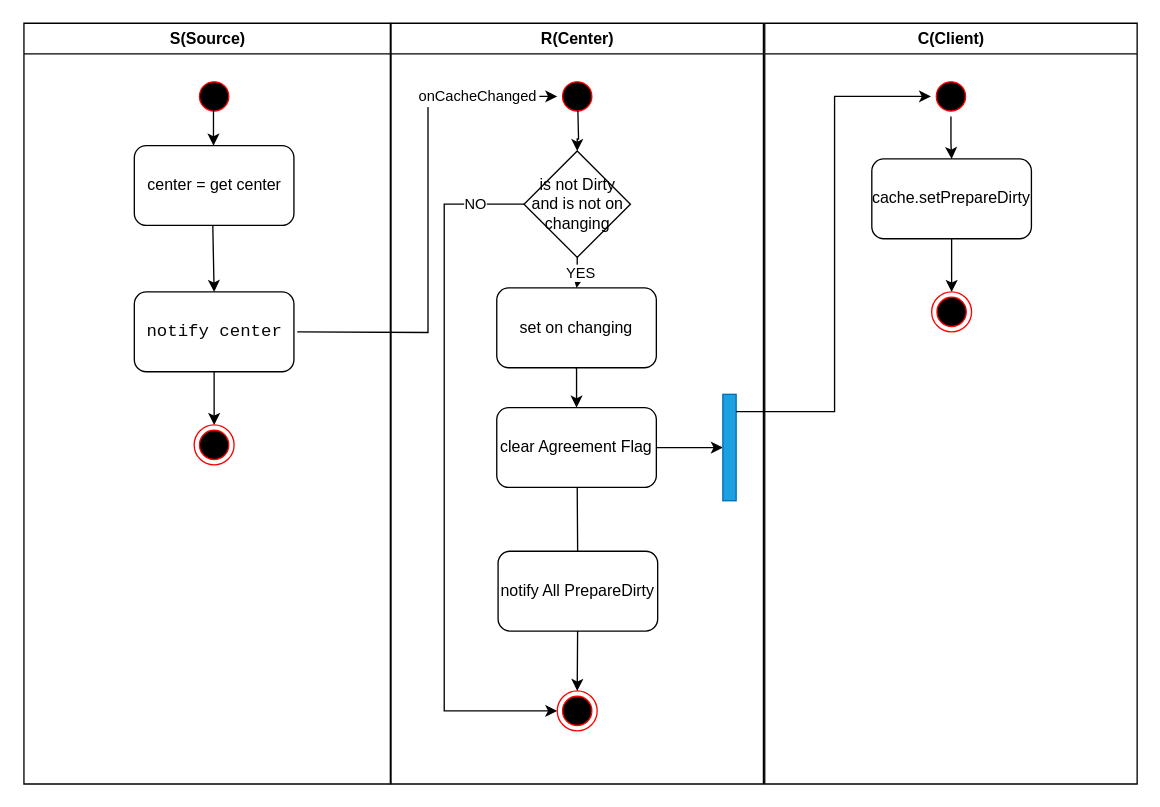
Earlier version of the draw.io diagram page "onContentChanged" (3 of 3) of docs/activities.drawio (lidonge/cache). Source tidied: cells renumbered, new cells numbered last; positions are measured from the earlier drawing's top-left corner, leaving out a move shared by most shapes. Both pictures are drawn from the tidied source at 133%, with x=0, y=0 at pixel (23, 23).
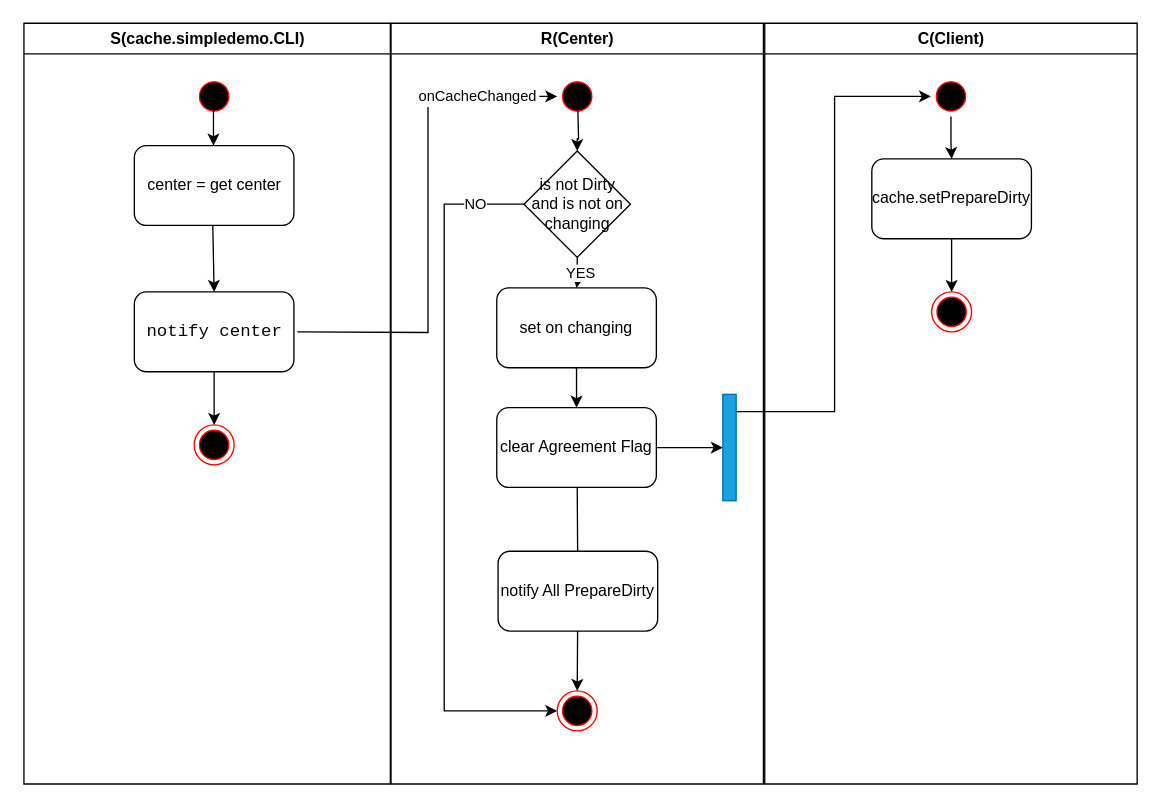
The same diagram, later.

Change to the diagram source:
```diff
@@
-    <mxCell id="2" value="S(Source)" style="swimlane;whiteSpace=wrap;" parent="1" vertex="1">
+    <mxCell id="2" value="S(cache.simpledemo.CLI)" style="swimlane;whiteSpace=wrap;" parent="1" vertex="1">
       <mxGeometry x="0.5" width="275.5" height="572" as="geometry" />
     </mxCell>
```
